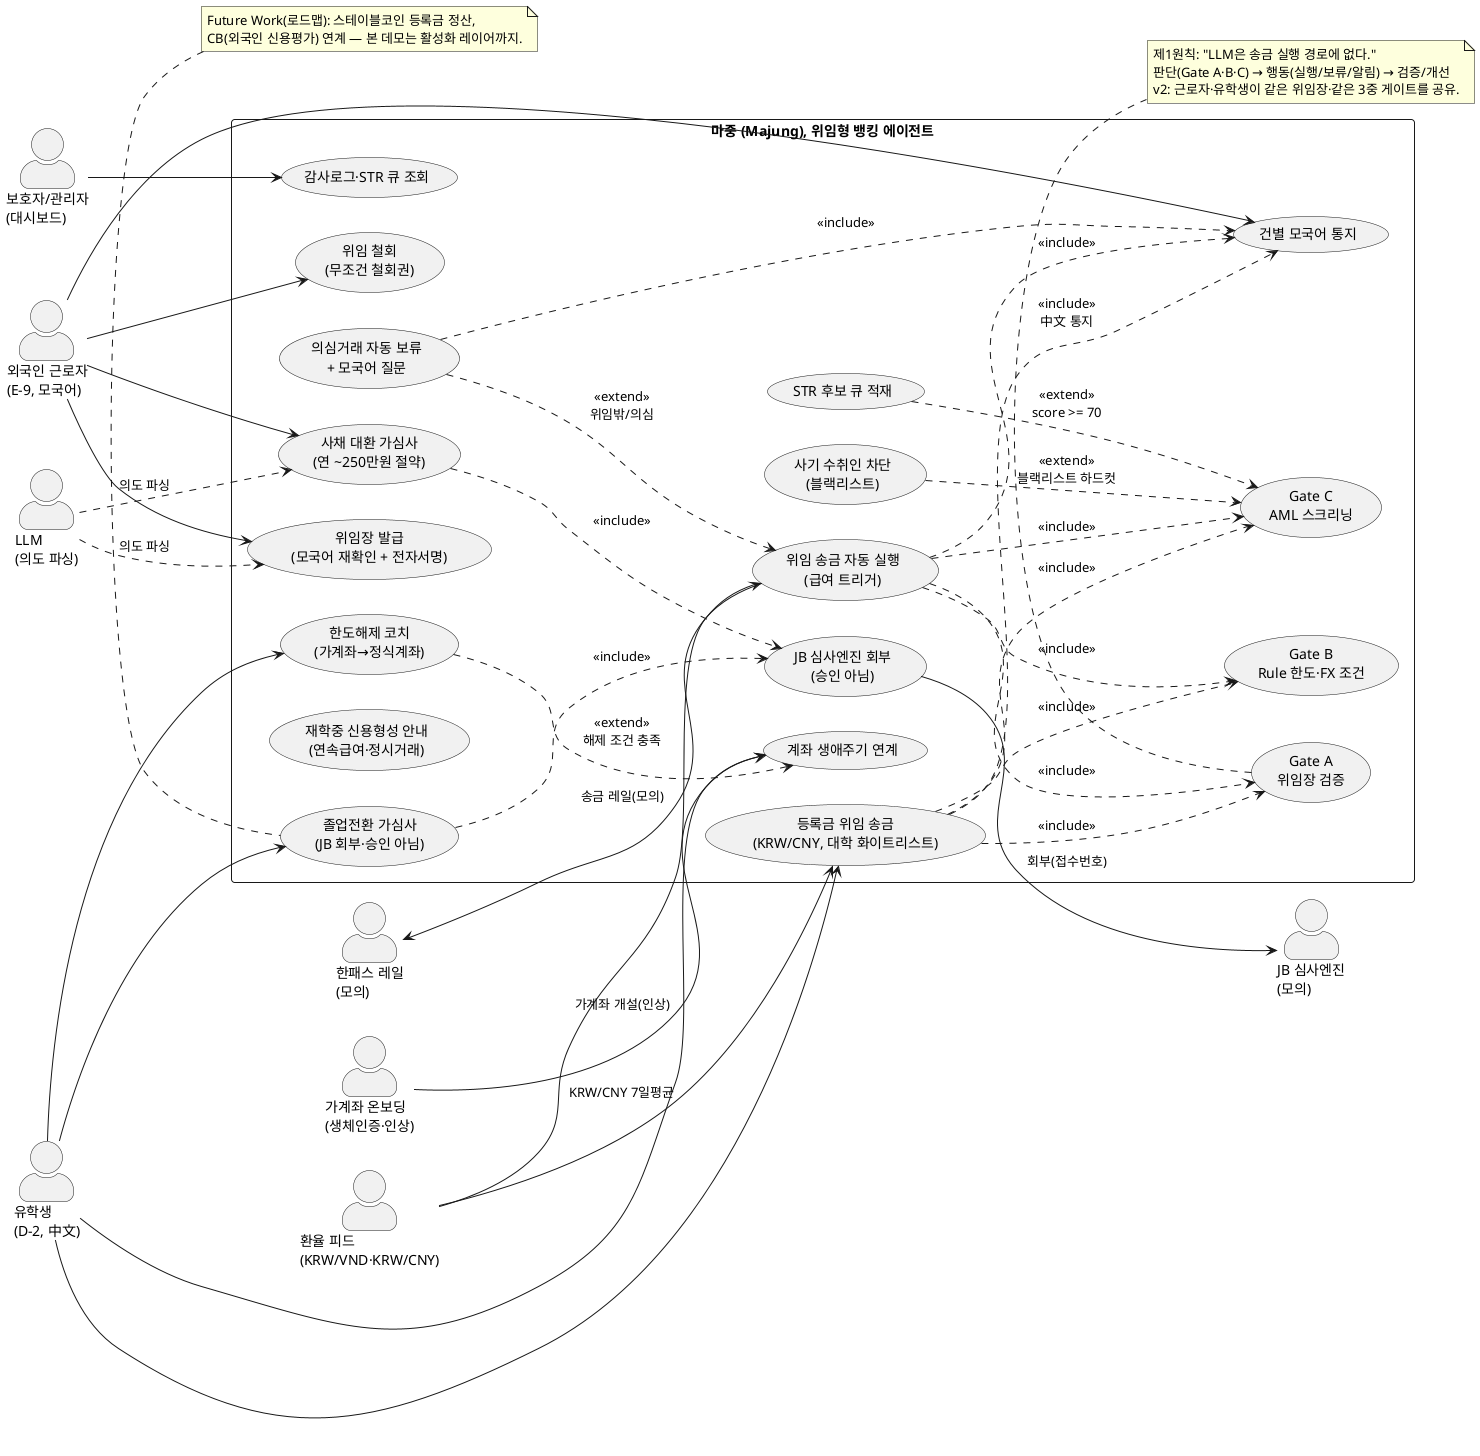
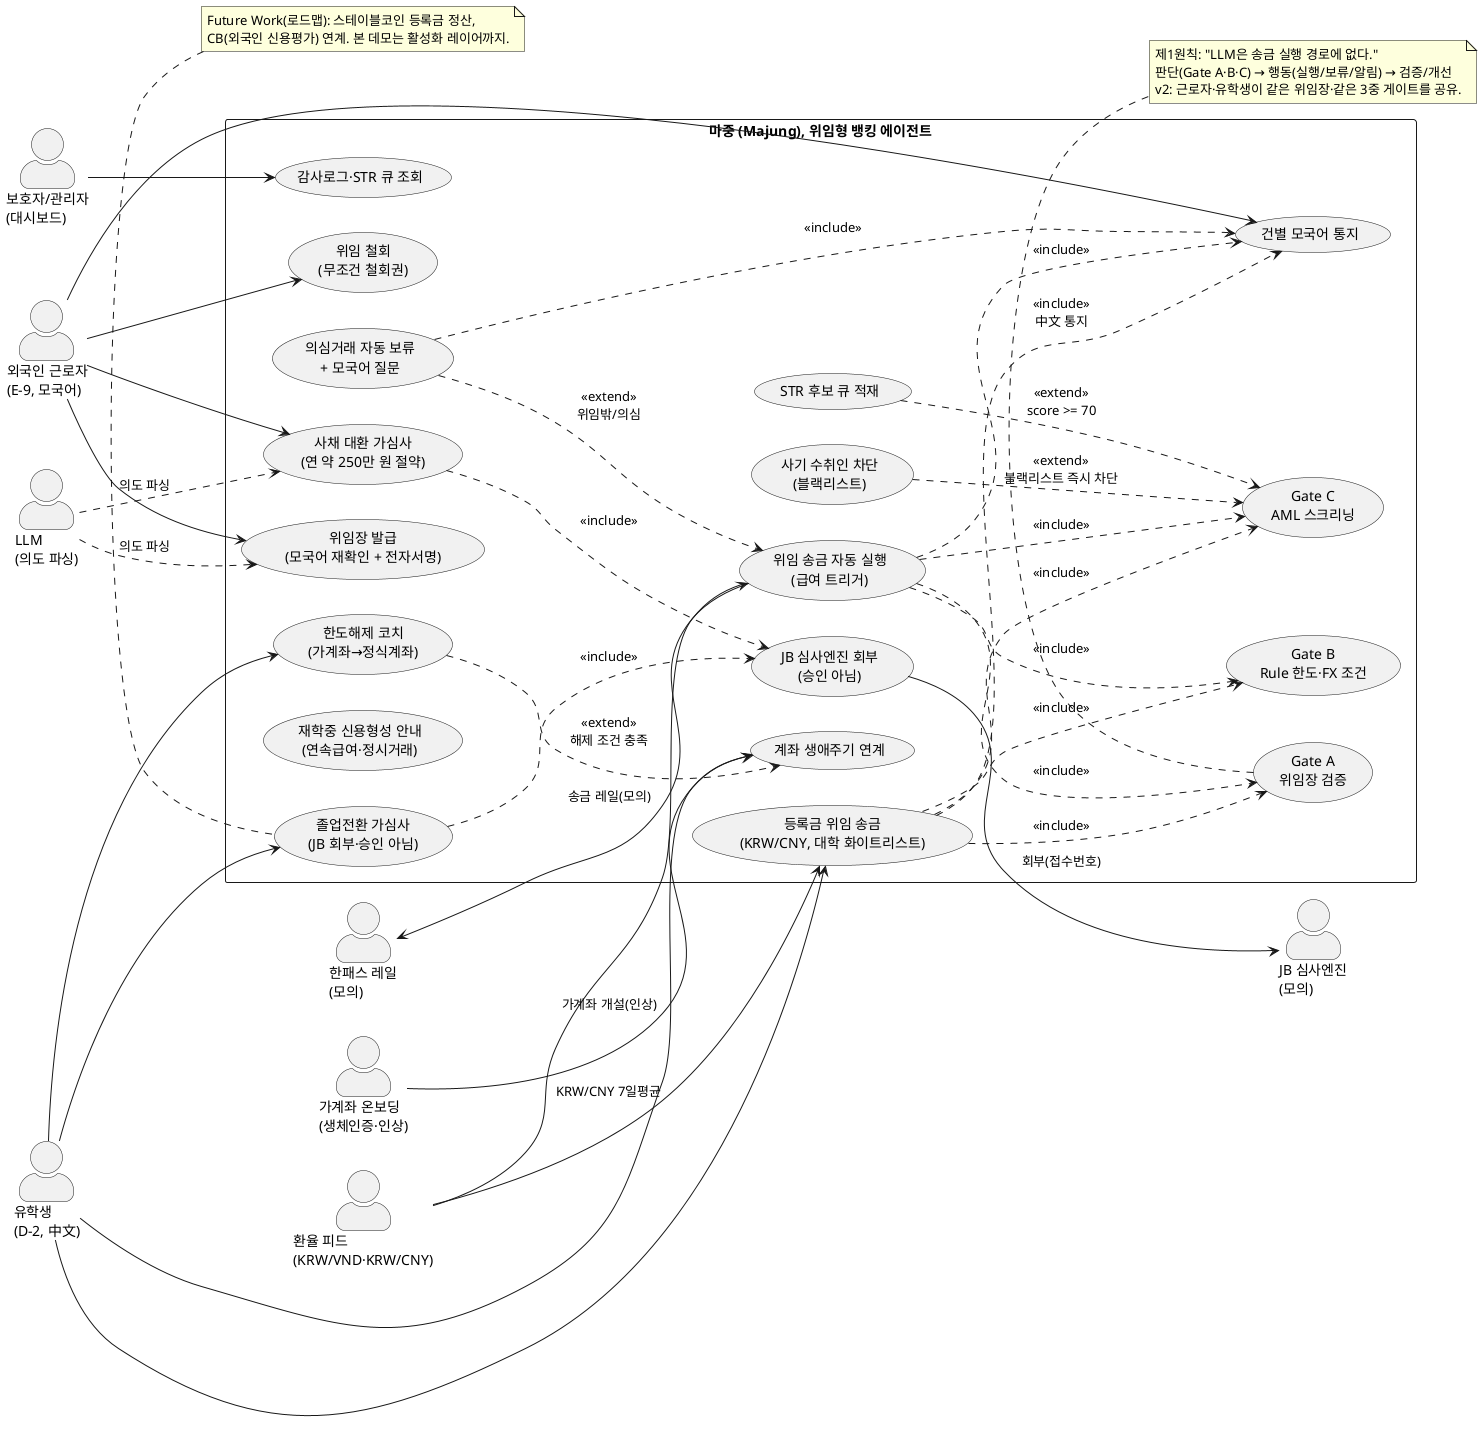
@startuml 마중_유스케이스
' 마중(Majung) 유스케이스 다이어그램, 기능명세서 §4(주요 기능 흐름도)용
' 렌더: PlantUML (https://www.plantuml.com/plantuml) 또는 VS Code PlantUML 확장
left to right direction
skinparam packageStyle rectangle
skinparam actorStyle awesome

actor "외국인 근로자\n(E-9, 모국어)" as User
actor "유학생\n(D-2, 中文)" as Student
actor "보호자/관리자\n(대시보드)" as Admin

actor "환율 피드\n(KRW/VND·KRW/CNY)" as FX
actor "한패스 레일\n(모의)" as Hanpass
actor "JB 심사엔진\n(모의)" as JBEngine
actor "가계좌 온보딩\n(생체인증·인상)" as Onboard
actor "LLM\n(의도 파싱)" as LLM

rectangle "마중 (Majung), 위임형 뱅킹 에이전트" {

  ' ── 1단계: 위임 송금 ──
  usecase "위임장 발급\n(모국어 재확인 + 전자서명)" as UC1
  usecase "위임 송금 자동 실행\n(급여 트리거)" as UC2
  usecase "의심거래 자동 보류\n+ 모국어 질문" as UC3
  usecase "사기 수취인 차단\n(블랙리스트)" as UC4
  usecase "위임 철회\n(무조건 철회권)" as UC5
  usecase "건별 모국어 통지" as UC6

  ' ── 3중 게이트 (include) ──
  usecase "Gate A\n위임장 검증" as GA
  usecase "Gate B\nRule 한도·FX 조건" as GB
  usecase "Gate C\nAML 스크리닝" as GC
  usecase "STR 후보 큐 적재" as UCSTR

  ' ── 2단계: 신용 사다리 ──
-   usecase "사채 대환 가심사\n(연 ~250만원 절약)" as UC7
+   usecase "사채 대환 가심사\n(연 약 250만 원 절약)" as UC7
  usecase "JB 심사엔진 회부\n(승인 아님)" as UC8

  ' ── v2 유학생 세그먼트 (같은 엔진, 두 입구) ──
  usecase "등록금 위임 송금\n(KRW/CNY, 대학 화이트리스트)" as SUC1
  usecase "한도해제 코치\n(가계좌→정식계좌)" as SUC2
  usecase "재학중 신용형성 안내\n(연속급여·정시거래)" as SUC3
  usecase "졸업전환 가심사\n(JB 회부·승인 아님)" as SUC4
  usecase "계좌 생애주기 연계" as SUC5

  ' ── 관리/설명가능성 ──
  usecase "감사로그·STR 큐 조회" as UC9
}

' 주체(Primary)
User --> UC1
User --> UC5
User --> UC6
User --> UC7
Admin --> UC9

' 트리거(이벤트)
FX --> UC2
Hanpass <-- UC2 : 송금 레일(모의)

' LLM은 의도 파싱만, 실행 경로에 없음
LLM ..> UC1 : 의도 파싱
LLM ..> UC7 : 의도 파싱

' 송금 자동 실행은 3중 게이트를 반드시 포함
UC2 ..> GA : <<include>>
UC2 ..> GB : <<include>>
UC2 ..> GC : <<include>>

' 예외 분기(extend)
UC3 ..> UC2 : <<extend>>\n위임밖/의심
- UC4 ..> GC : <<extend>>\n블랙리스트 하드컷
+ UC4 ..> GC : <<extend>>\n블랙리스트 즉시 차단
UCSTR ..> GC : <<extend>>\nscore >= 70

' 2단계 흐름
UC7 ..> UC8 : <<include>>
UC8 --> JBEngine : 회부(접수번호)

' 통지
UC2 ..> UC6 : <<include>>
UC3 ..> UC6 : <<include>>

' ── v2 유학생: 같은 위임장·같은 3중 게이트를 공유한다(두 입구, 한 엔진) ──
Student --> SUC1
Student --> SUC2
Student --> SUC4
Student --> SUC5
Onboard --> SUC5 : 가계좌 개설(인상)
FX --> SUC1 : KRW/CNY 7일평균

' 등록금 송금도 송금 자동 실행과 동일한 3중 게이트를 반드시 포함
SUC1 ..> GA : <<include>>
SUC1 ..> GB : <<include>>
SUC1 ..> GC : <<include>>
SUC1 ..> UC6 : <<include>>\n中文 통지

' 졸업전환 가심사는 기존 JB 회부 경로 재사용
SUC4 ..> UC8 : <<include>>
SUC2 ..> SUC5 : <<extend>>\n해제 조건 충족

note bottom of GA
  제1원칙: "LLM은 송금 실행 경로에 없다."
  판단(Gate A·B·C) → 행동(실행/보류/알림) → 검증/개선
  v2: 근로자·유학생이 같은 위임장·같은 3중 게이트를 공유.
end note

note top of SUC4
  Future Work(로드맵): 스테이블코인 등록금 정산,
-   CB(외국인 신용평가) 연계 — 본 데모는 활성화 레이어까지.
+   CB(외국인 신용평가) 연계. 본 데모는 활성화 레이어까지.
end note
@enduml
